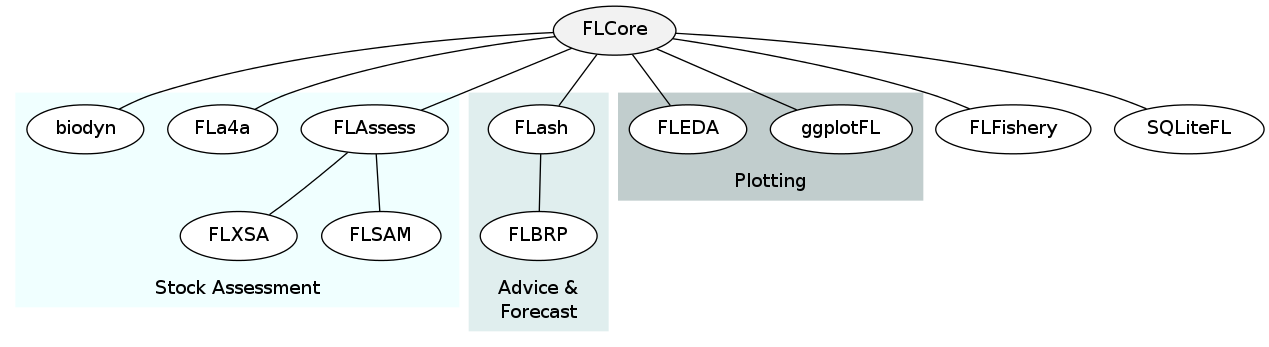
flr/flr.github.io keeps this Graphviz diagram as learning/quickIntro/diagrams/flr_pkgs.png. Above is the earlier version. Its source is kept beside it as learning/quickIntro/diagrams/flr_pkgs.gv.
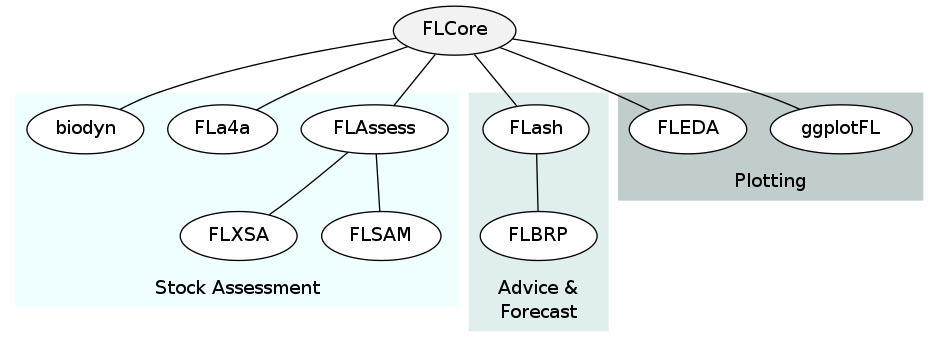
After the change.

Change to the diagram source:
```diff
@@ -23,7 +23,6 @@
 				fillcolor=azure3;
   }
 
-	FLCore -- FLFishery;
 	FLCore -- FLAssess;
 	FLAssess -- FLXSA;
 	FLAssess -- FLSAM;
@@ -33,5 +32,4 @@
 	FLCore -- FLash;
 	FLash -- FLBRP;
 	FLCore -- FLa4a;
-	FLCore -- SQLiteFL;
 }
```
